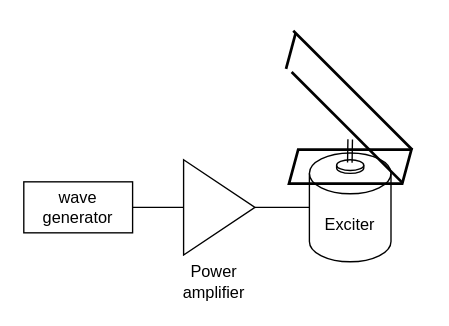
This is wave generator.drawio from qyu38/DL-paper, a draw.io file, before an edit. Source tidied: cells renumbered, new cells numbered last; positions are measured from the earlier drawing's top-left corner, leaving out a move shared by most shapes. Both pictures are drawn from the tidied source at 136%, with x=0, y=0 at pixel (23, 44).
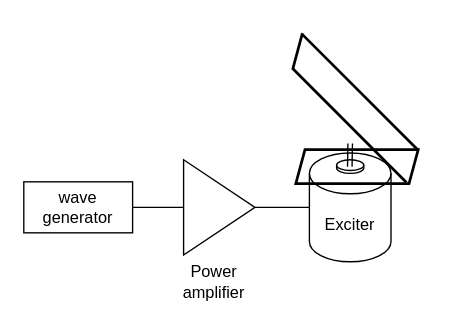
Above is the later version.

What changed in the source:
```diff
@@
 <mxGraphModel>
   <root>
     <mxCell id="0" />
     <mxCell id="1" parent="0" />
     <mxCell id="2" style="edgeStyle=orthogonalEdgeStyle;rounded=0;jettySize=auto;html=1;exitX=1;exitY=0.5;exitDx=0;exitDy=0;entryX=0;entryY=0.5;entryDx=0;entryDy=0;endArrow=none;endFill=0;" parent="1" edge="1" source="3" target="5">
       <mxGeometry relative="1" as="geometry" />
     </mxCell>
     <mxCell id="3" value="wave generator" style="rounded=0;whiteSpace=wrap;html=1;" parent="1" vertex="1">
       <mxGeometry y="101.2" width="80" height="37.5" as="geometry" />
     </mxCell>
     <mxCell id="4" style="edgeStyle=orthogonalEdgeStyle;rounded=0;jettySize=auto;html=1;exitX=1;exitY=0.5;exitDx=0;exitDy=0;endArrow=none;endFill=0;" parent="1" edge="1" source="5">
       <mxGeometry relative="1" as="geometry">
         <mxPoint x="240" y="120" as="targetPoint" />
       </mxGeometry>
     </mxCell>
     <mxCell id="5" style="triangle;whiteSpace=wrap;html=1;" parent="1" vertex="1">
       <mxGeometry x="117.5" y="85" width="52.5" height="70" as="geometry" />
     </mxCell>
     <mxCell id="6" value="Exciter" style="shape=cylinder3;whiteSpace=wrap;html=1;boundedLbl=1;backgroundOutline=1;size=15;" parent="1" vertex="1">
       <mxGeometry x="210" y="80" width="60" height="80" as="geometry" />
     </mxCell>
     <mxCell id="7" value="Power amplifier" style="text;strokeColor=none;align=center;fillColor=none;html=1;verticalAlign=middle;whiteSpace=wrap;rounded=0;" parent="1" vertex="1">
       <mxGeometry x="110" y="160" width="60" height="30" as="geometry" />
     </mxCell>
     <mxCell id="8" style="shape=cylinder3;whiteSpace=wrap;html=1;boundedLbl=1;backgroundOutline=1;size=3.915486080545861;" parent="1" vertex="1">
       <mxGeometry x="230" y="85" width="20" height="10" as="geometry" />
     </mxCell>
-    <mxCell id="9" style="endArrow=none;html=1;rounded=0;shape=link;width=3.333333333333332;exitX=0.486;exitY=0.209;exitDx=0;exitDy=0;exitPerimeter=0;" parent="1" edge="1" source="8">
+    <mxCell id="9" style="endArrow=none;html=1;rounded=0;shape=link;width=3.333333333333332;exitX=0.486;exitY=0.209;exitDx=0;exitDy=0;exitPerimeter=0;" parent="1" edge="1">
       <mxGeometry relative="1" as="geometry">
-        <mxPoint x="240" y="70" as="targetPoint" />
+        <mxPoint x="239.7" y="90.1" as="sourcePoint" />
+        <mxPoint x="240" y="73" as="targetPoint" />
       </mxGeometry>
     </mxCell>
     <mxCell id="10" style="shape=parallelogram;html=1;strokeWidth=2;perimeter=parallelogramPerimeter;whiteSpace=wrap;rounded=1;arcSize=0;size=0.07500000000000086;fillColor=none;" parent="1" vertex="1">
-      <mxGeometry x="195" y="77.5" width="90" height="25" as="geometry" />
+      <mxGeometry x="200" y="77.5" width="90" height="25" as="geometry" />
     </mxCell>
     <mxCell id="11" style="line;strokeWidth=2;html=1;rotation=45;" parent="1" vertex="1">
-      <mxGeometry x="180" y="28.4" width="123.8" height="11" as="geometry" />
+      <mxGeometry x="187.4" y="29.8" width="119.8" height="11" as="geometry" />
     </mxCell>
     <mxCell id="12" style="line;strokeWidth=2;html=1;rotation=45;" parent="1" vertex="1">
-      <mxGeometry x="180" y="56.3" width="115.6" height="10" as="geometry" />
+      <mxGeometry x="179.9" y="54.6" width="118.9" height="10" as="geometry" />
     </mxCell>
     <mxCell id="13" style="line;strokeWidth=2;html=1;rotation=-75;" parent="1" vertex="1">
-      <mxGeometry x="182.7" width="27.3" height="10" as="geometry" />
+      <mxGeometry x="187.7" width="27.3" height="10" as="geometry" />
     </mxCell>
   </root>
 </mxGraphModel>
```
